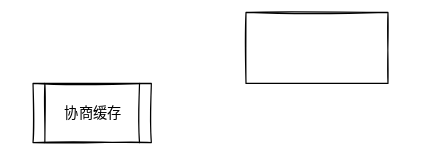
The draw.io diagram 笔记/前端/工程化/Untitled Diagram.svg in Echo-Yanglulu/obsidianPrivateNote, before a commit. Source tidied: cells renumbered, new cells last; positions are measured from the earlier drawing's top-left corner, leaving out a move shared by most shapes.
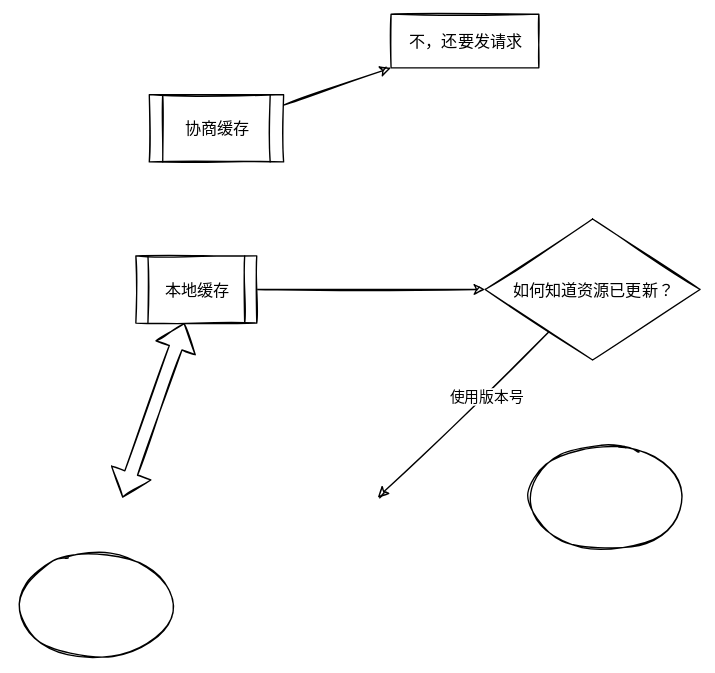
The same diagram one commit later.

What changed in the source:
```diff
@@ -2,11 +2,42 @@
   <root>
     <mxCell id="0" />
     <mxCell id="1" parent="0" />
+    <mxCell id="4" style="edgeStyle=none;html=1;entryX=0;entryY=1;entryDx=0;entryDy=0;" parent="1" edge="1" source="2" target="3">
+      <mxGeometry relative="1" as="geometry" />
+    </mxCell>
     <mxCell id="2" value="协商缓存" style="shape=process;whiteSpace=wrap;html=1;backgroundOutline=1;" parent="1" vertex="1">
       <mxGeometry y="60" width="100" height="50" as="geometry" />
     </mxCell>
-    <mxCell id="3" style="rounded=0;whiteSpace=wrap;html=1;" parent="1" vertex="1">
-      <mxGeometry x="180" width="120" height="60" as="geometry" />
+    <mxCell id="3" value="不，还要发请求" style="rounded=0;whiteSpace=wrap;html=1;" parent="1" vertex="1">
+      <mxGeometry x="180" width="110" height="40" as="geometry" />
     </mxCell>
+    <mxCell id="5" style="edgeStyle=none;html=1;entryX=0;entryY=0.5;entryDx=0;entryDy=0;" parent="1" edge="1" source="6" target="9">
+      <mxGeometry relative="1" as="geometry" />
+    </mxCell>
+    <mxCell id="6" value="本地缓存" style="shape=process;whiteSpace=wrap;html=1;backgroundOutline=1;" parent="1" vertex="1">
+      <mxGeometry x="-10" y="180" width="90" height="50" as="geometry" />
+    </mxCell>
+    <mxCell id="7" style="edgeStyle=none;html=1;" parent="1" edge="1" source="9">
+      <mxGeometry relative="1" as="geometry">
+        <mxPoint x="170" y="360" as="targetPoint" />
+      </mxGeometry>
+    </mxCell>
+    <mxCell id="8" value="使用版本号" style="edgeLabel;html=1;align=center;verticalAlign=middle;" parent="7" vertex="1">
+      <mxGeometry x="-0.24" y="1" relative="1" as="geometry" />
+    </mxCell>
+    <mxCell id="9" value="如何知道资源已更新？" style="rhombus;whiteSpace=wrap;html=1;" parent="1" vertex="1">
+      <mxGeometry x="250" y="152.5" width="160" height="105" as="geometry" />
+    </mxCell>
+    <mxCell id="10" style="ellipse;whiteSpace=wrap;html=1;" parent="1" vertex="1">
+      <mxGeometry x="280" y="320" width="120" height="80" as="geometry" />
+    </mxCell>
+    <mxCell id="11" style="shape=flexArrow;endArrow=classic;startArrow=classic;html=1;" parent="1" edge="1" target="6">
+      <mxGeometry relative="1" as="geometry">
+        <mxPoint x="-20" y="360" as="sourcePoint" />
+      </mxGeometry>
+    </mxCell>
+    <mxCell id="12" style="ellipse;whiteSpace=wrap;html=1;" parent="1" vertex="1">
+      <mxGeometry x="-100" y="400" width="120" height="80" as="geometry" />
+    </mxCell>
   </root>
 </mxGraphModel>
```
